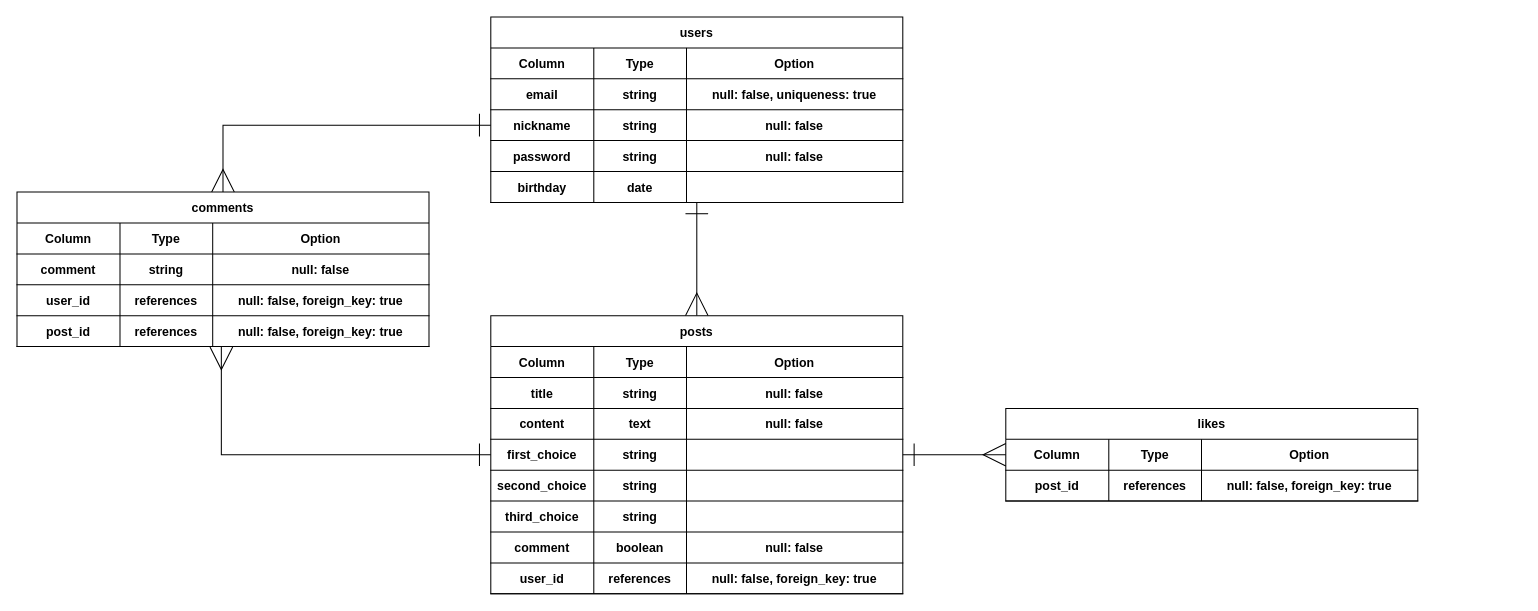
This is db/ERdaigram.drawio from Tomoaki-git/FUTARIGOTO, a draw.io file, before an edit. Source tidied: cells renumbered, new cells numbered last; positions are measured from the earlier drawing's top-left corner, leaving out a move shared by most shapes. Both pictures are drawn from the tidied source at 103%, with x=0, y=0 at pixel (16, 16).
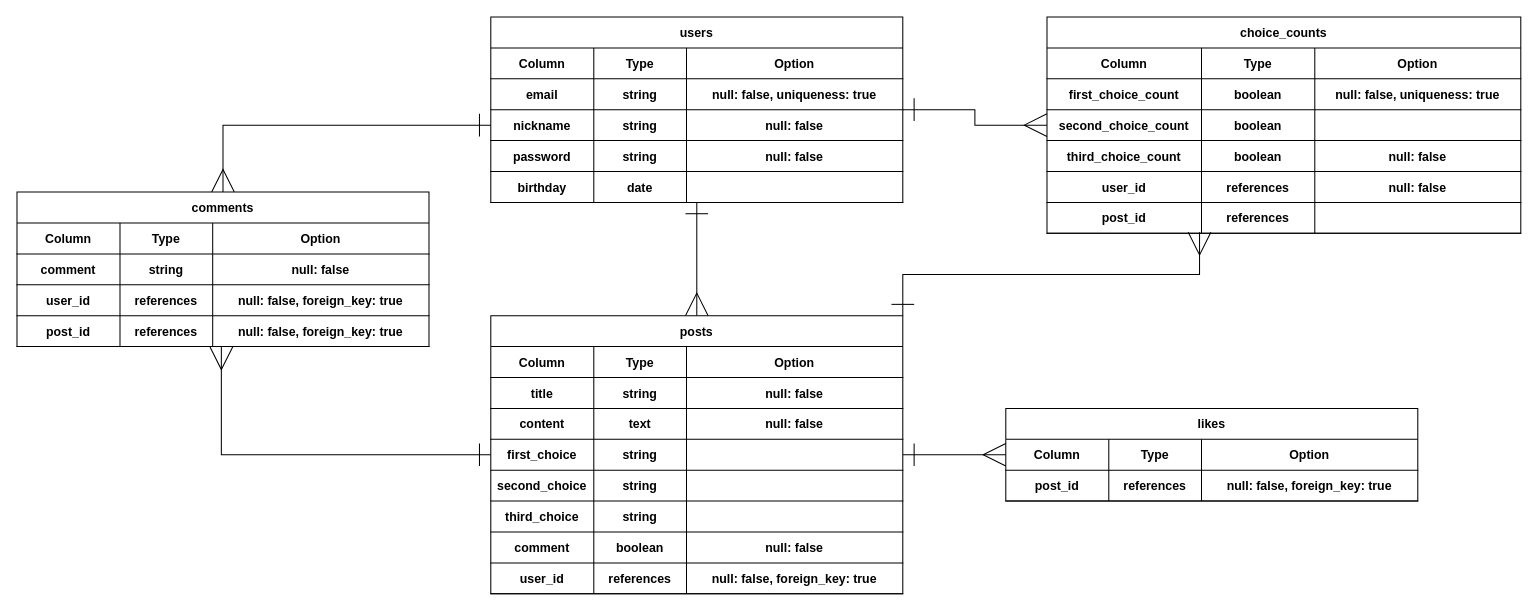
The same diagram, later.

The change refers to these unchanged cells:
```xml
<mxCell id="3" value="users" style="shape=table;startSize=30;childLayout=tableLayout;rowLines=0;fontStyle=1;align=center;" parent="1" vertex="1">
  <mxGeometry x="460" width="400" height="180" as="geometry" />
</mxCell>
<mxCell id="25" value="posts" style="shape=table;startSize=30;childLayout=tableLayout;rowLines=0;fontStyle=1;align=center;" parent="1" vertex="1">
  <mxGeometry x="460" y="290" width="400" height="270" as="geometry" />
</mxCell>
```

Diff of the diagram source:
```diff
@@
+    <mxCell id="87" style="edgeStyle=orthogonalEdgeStyle;rounded=0;jettySize=auto;html=1;entryX=0;entryY=0.5;entryDx=0;entryDy=0;startArrow=ERone;startFill=0;startSize=20;endArrow=ERmany;endFill=0;endSize=20;" parent="1" edge="1" source="3" target="98">
+      <mxGeometry relative="1" as="geometry" />
+    </mxCell>
@@
+    <mxCell id="88" style="edgeStyle=orthogonalEdgeStyle;rounded=0;jettySize=auto;html=1;exitX=1;exitY=0;exitDx=0;exitDy=0;entryX=0.322;entryY=0.967;entryDx=0;entryDy=0;entryPerimeter=0;startArrow=ERone;startFill=0;endArrow=ERmany;endFill=0;endSize=20;startSize=20;" parent="1" edge="1" source="25" target="110">
+      <mxGeometry relative="1" as="geometry" />
+    </mxCell>
@@
+    <mxCell id="89" value="choice_counts" style="shape=table;startSize=30;childLayout=tableLayout;rowLines=0;fontStyle=1;align=center;" parent="1" vertex="1">
+      <mxGeometry x="1000" width="460" height="210" as="geometry" />
+    </mxCell>
+    <mxCell id="90" style="shape=partialRectangle;fillColor=none;top=0;left=0;bottom=1;right=0;" parent="89" vertex="1">
+      <mxGeometry y="30" width="460" height="30" as="geometry" />
+    </mxCell>
+    <mxCell id="91" value="Column" style="shape=partialRectangle;fillColor=none;top=0;left=0;bottom=0;right=0;fontStyle=1;overflow=hidden;" parent="90" vertex="1">
+      <mxGeometry width="150" height="30" as="geometry" />
+    </mxCell>
+    <mxCell id="92" value="Type" style="shape=partialRectangle;fillColor=none;top=0;left=0;bottom=0;right=0;fontStyle=1;overflow=hidden;" parent="90" vertex="1">
+      <mxGeometry x="150" width="110" height="30" as="geometry" />
+    </mxCell>
+    <mxCell id="93" value="Option" style="shape=partialRectangle;fillColor=none;top=0;left=0;bottom=0;right=0;fontStyle=1;overflow=hidden;" parent="90" vertex="1">
+      <mxGeometry x="260" width="200" height="30" as="geometry" />
+    </mxCell>
+    <mxCell id="94" style="shape=partialRectangle;fillColor=none;top=0;left=0;bottom=1;right=0;" parent="89" vertex="1">
+      <mxGeometry y="60" width="460" height="30" as="geometry" />
+    </mxCell>
+    <mxCell id="95" value="first_choice_count" style="shape=partialRectangle;fillColor=none;top=0;left=0;bottom=0;right=0;fontStyle=1;overflow=hidden;" parent="94" vertex="1">
+      <mxGeometry width="150" height="30" as="geometry" />
+    </mxCell>
+    <mxCell id="96" value="boolean" style="shape=partialRectangle;fillColor=none;top=0;left=0;bottom=0;right=0;fontStyle=1;overflow=hidden;" parent="94" vertex="1">
+      <mxGeometry x="150" width="110" height="30" as="geometry" />
+    </mxCell>
+    <mxCell id="97" value="null: false, uniqueness: true" style="shape=partialRectangle;fillColor=none;top=0;left=0;bottom=0;right=0;fontStyle=1;overflow=hidden;" parent="94" vertex="1">
+      <mxGeometry x="260" width="200" height="30" as="geometry" />
+    </mxCell>
+    <mxCell id="98" style="shape=partialRectangle;fillColor=none;top=0;left=0;bottom=1;right=0;points=[[0,0.5],[1,0.5]];portConstraint=eastwest;" parent="89" vertex="1">
+      <mxGeometry y="90" width="460" height="30" as="geometry" />
+    </mxCell>
+    <mxCell id="99" value="second_choice_count" style="shape=partialRectangle;fillColor=none;top=0;left=0;bottom=0;right=0;fontStyle=1;overflow=hidden;" parent="98" vertex="1">
+      <mxGeometry width="150" height="30" as="geometry" />
+    </mxCell>
+    <mxCell id="100" value="boolean" style="shape=partialRectangle;fillColor=none;top=0;left=0;bottom=0;right=0;fontStyle=1;overflow=hidden;" parent="98" vertex="1">
+      <mxGeometry x="150" width="110" height="30" as="geometry" />
+    </mxCell>
+    <mxCell id="101" style="shape=partialRectangle;fillColor=none;top=0;left=0;bottom=0;right=0;fontStyle=1;overflow=hidden;" parent="98" vertex="1">
+      <mxGeometry x="260" width="200" height="30" as="geometry" />
+    </mxCell>
+    <mxCell id="102" style="shape=partialRectangle;fillColor=none;top=0;left=0;bottom=1;right=0;" parent="89" vertex="1">
+      <mxGeometry y="120" width="460" height="30" as="geometry" />
+    </mxCell>
+    <mxCell id="103" value="third_choice_count" style="shape=partialRectangle;fillColor=none;top=0;left=0;bottom=0;right=0;fontStyle=1;overflow=hidden;" parent="102" vertex="1">
+      <mxGeometry width="150" height="30" as="geometry" />
+    </mxCell>
+    <mxCell id="104" value="boolean" style="shape=partialRectangle;fillColor=none;top=0;left=0;bottom=0;right=0;fontStyle=1;overflow=hidden;" parent="102" vertex="1">
+      <mxGeometry x="150" width="110" height="30" as="geometry" />
+    </mxCell>
+    <mxCell id="105" value="null: false" style="shape=partialRectangle;fillColor=none;top=0;left=0;bottom=0;right=0;fontStyle=1;overflow=hidden;" parent="102" vertex="1">
+      <mxGeometry x="260" width="200" height="30" as="geometry" />
+    </mxCell>
+    <mxCell id="106" style="shape=partialRectangle;fillColor=none;top=0;left=0;bottom=1;right=0;" parent="89" vertex="1">
+      <mxGeometry y="150" width="460" height="30" as="geometry" />
+    </mxCell>
+    <mxCell id="107" value="user_id" style="shape=partialRectangle;fillColor=none;top=0;left=0;bottom=0;right=0;fontStyle=1;overflow=hidden;" parent="106" vertex="1">
+      <mxGeometry width="150" height="30" as="geometry" />
+    </mxCell>
+    <mxCell id="108" value="references" style="shape=partialRectangle;fillColor=none;top=0;left=0;bottom=0;right=0;fontStyle=1;overflow=hidden;" parent="106" vertex="1">
+      <mxGeometry x="150" width="110" height="30" as="geometry" />
+    </mxCell>
+    <mxCell id="109" value="null: false" style="shape=partialRectangle;fillColor=none;top=0;left=0;bottom=0;right=0;fontStyle=1;overflow=hidden;" parent="106" vertex="1">
+      <mxGeometry x="260" width="200" height="30" as="geometry" />
+    </mxCell>
+    <mxCell id="110" style="shape=partialRectangle;fillColor=none;top=0;left=0;bottom=1;right=0;points=[[0,0.5],[1,0.5]];portConstraint=eastwest;" parent="89" vertex="1">
+      <mxGeometry y="180" width="460" height="30" as="geometry" />
+    </mxCell>
+    <mxCell id="111" value="post_id" style="shape=partialRectangle;fillColor=none;top=0;left=0;bottom=0;right=0;fontStyle=1;overflow=hidden;" parent="110" vertex="1">
+      <mxGeometry width="150" height="30" as="geometry" />
+    </mxCell>
+    <mxCell id="112" value="references" style="shape=partialRectangle;fillColor=none;top=0;left=0;bottom=0;right=0;fontStyle=1;overflow=hidden;" parent="110" vertex="1">
+      <mxGeometry x="150" width="110" height="30" as="geometry" />
+    </mxCell>
+    <mxCell id="113" style="shape=partialRectangle;fillColor=none;top=0;left=0;bottom=0;right=0;fontStyle=1;overflow=hidden;" parent="110" vertex="1">
+      <mxGeometry x="260" width="200" height="30" as="geometry" />
+    </mxCell>
```
